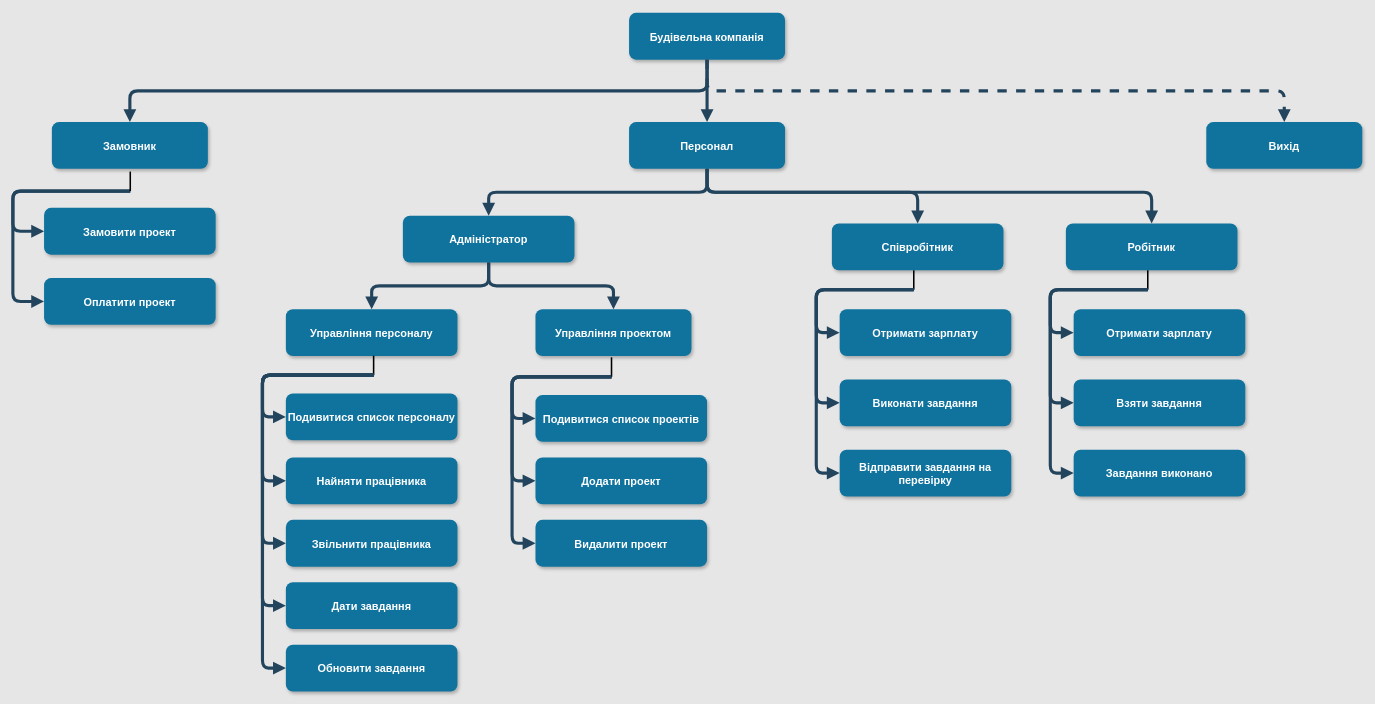
Above: page "Page-1" (1 of 4) of Untitled Diagram.drawio in oleksanderShevchuk/Daigram (draw.io), before the change. Source tidied: cells renumbered, new cells numbered last; positions are measured from the earlier drawing's top-left corner, leaving out a move shared by most shapes. Both pictures are drawn from the tidied source at 78%, with x=0, y=0 at pixel (-81, 12).
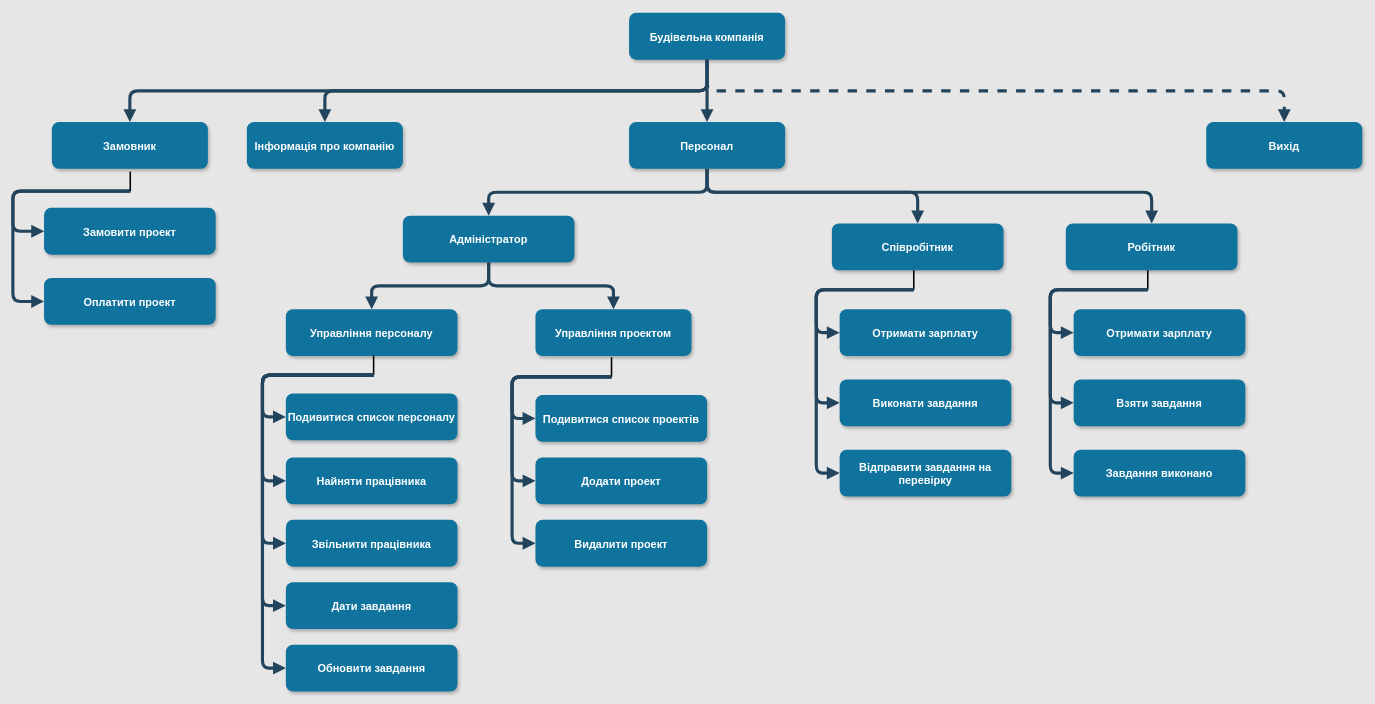
After the change.

The change refers to these unchanged cells:
```xml
<mxCell id="2" value="Будівельна компанія" style="rounded=1;fillColor=#10739E;strokeColor=none;shadow=1;gradientColor=none;fontStyle=1;fontColor=#FFFFFF;fontSize=14;" parent="1" vertex="1">
  <mxGeometry x="910" width="200" height="60" as="geometry" />
</mxCell>
```

Diff of the diagram source:
```diff
@@
+    <mxCell id="56" value="Інформація про компанію" style="rounded=1;fillColor=#10739E;strokeColor=none;shadow=1;gradientColor=none;fontStyle=1;fontColor=#FFFFFF;fontSize=14;" parent="1" vertex="1">
+      <mxGeometry x="420" y="140" width="200" height="60" as="geometry" />
+    </mxCell>
+    <mxCell id="57" style="edgeStyle=elbowEdgeStyle;elbow=vertical;strokeWidth=4;endArrow=block;endFill=1;fontStyle=1;strokeColor=#23445D;exitX=0.5;exitY=1;exitDx=0;exitDy=0;entryX=0.5;entryY=0;entryDx=0;entryDy=0;" parent="1" edge="1" source="2" target="56">
+      <mxGeometry x="-48" y="305.5" as="geometry" />
+    </mxCell>
```
